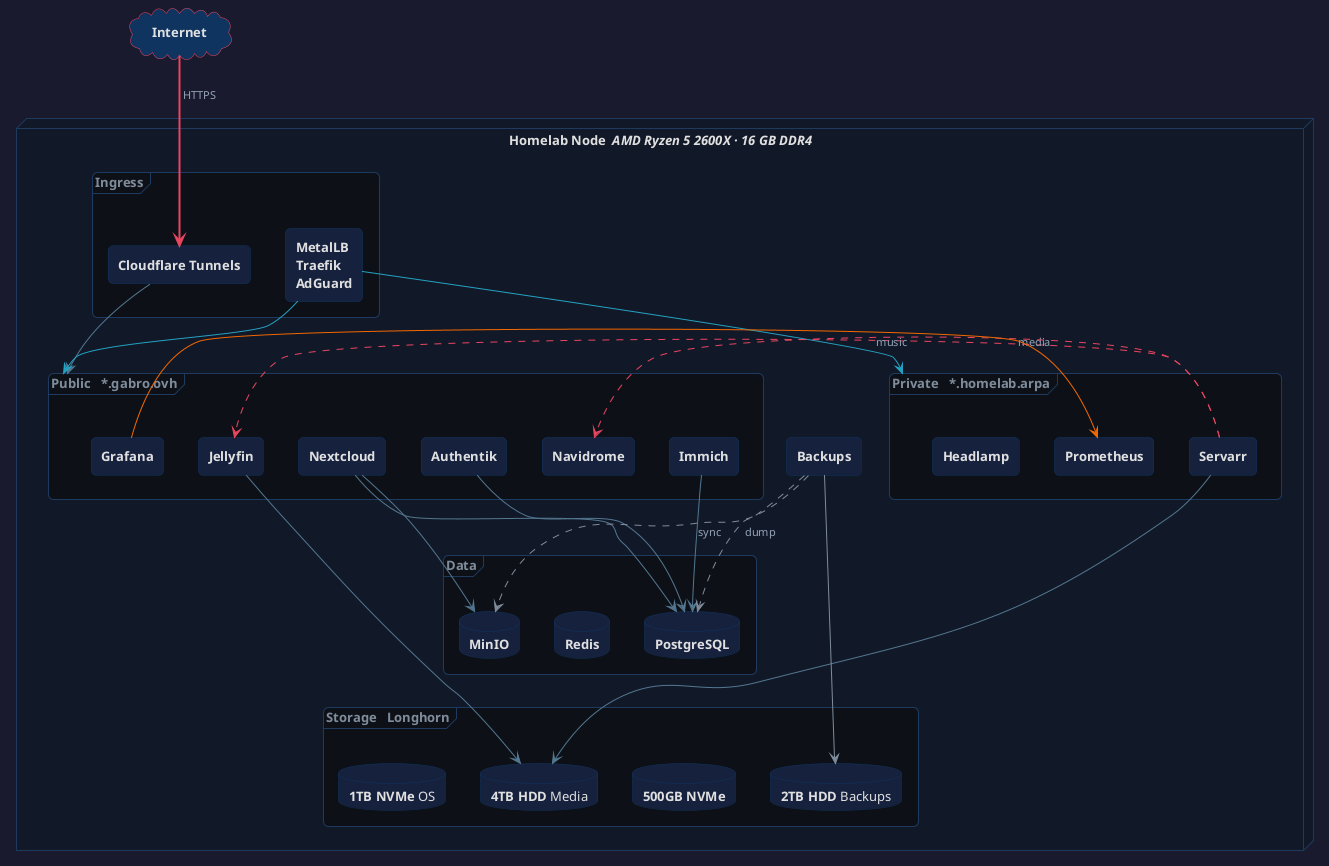
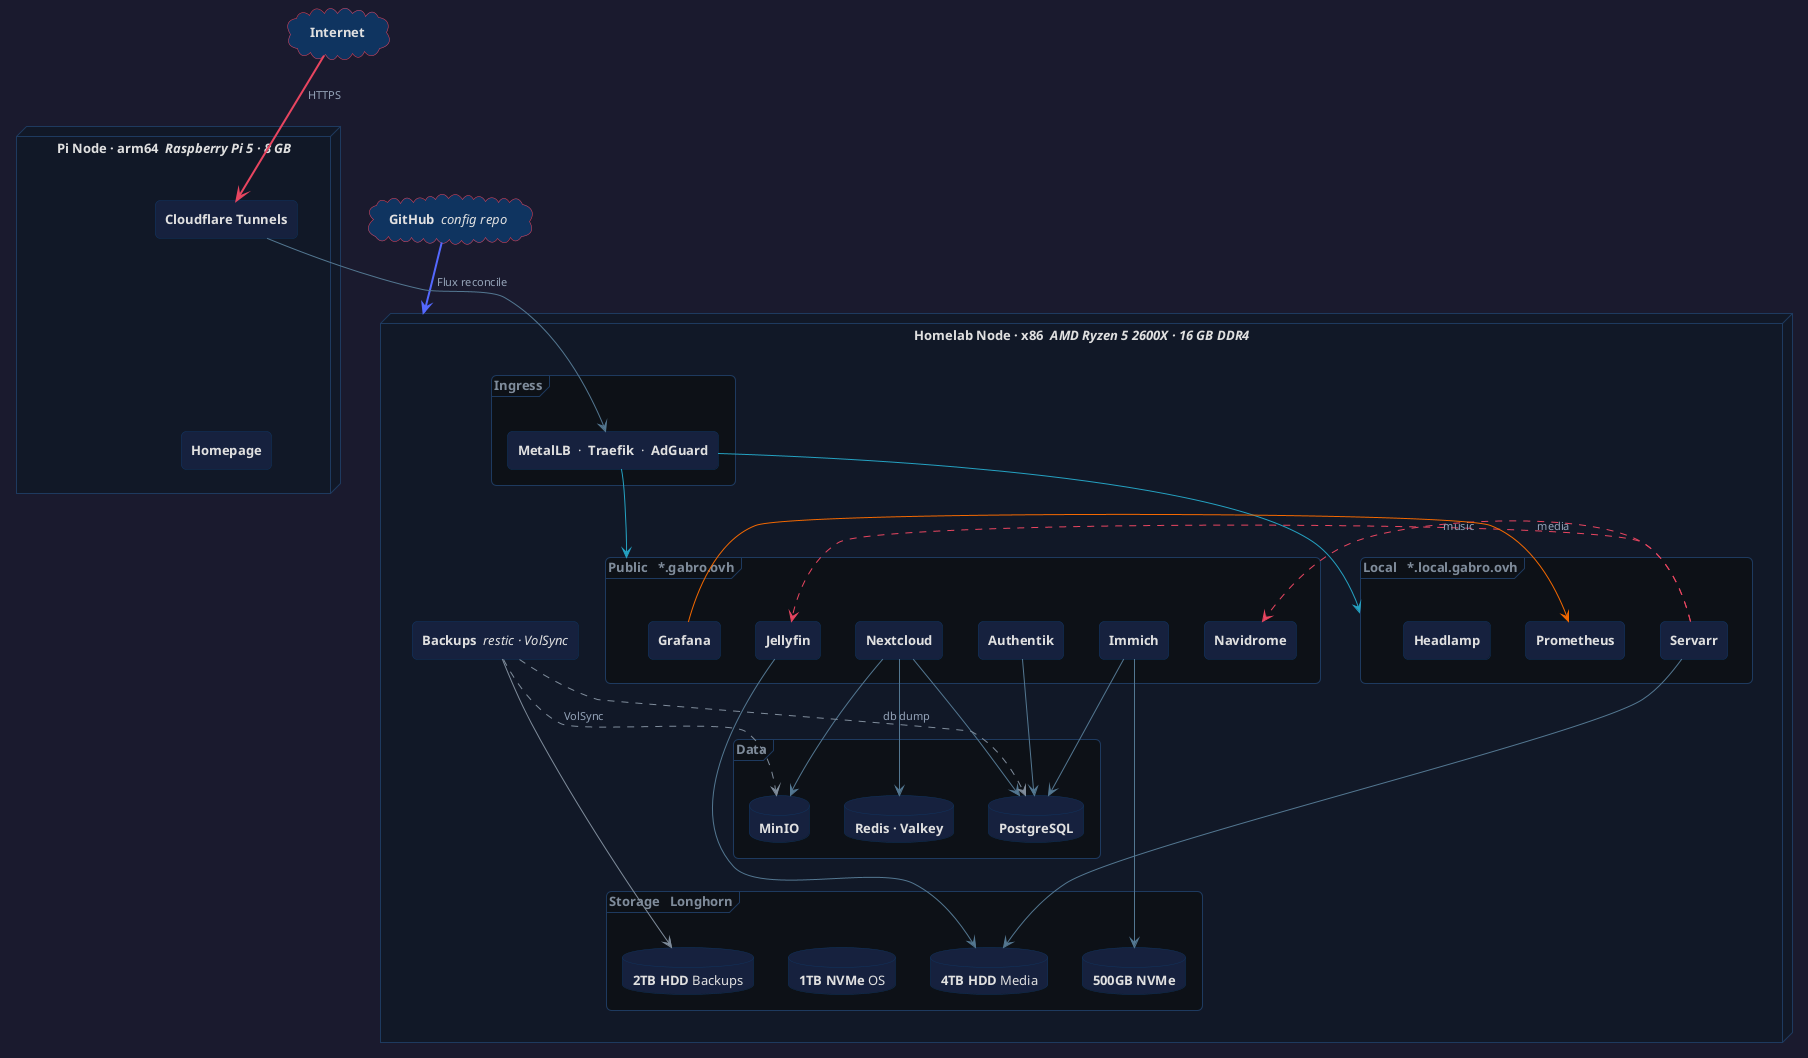
- @startuml cluster-schema
+ @startuml cluster-schema-dark

skinparam backgroundColor #1a1a2e
skinparam defaultFontColor #e0e0e0
skinparam defaultFontName "Segoe UI"
skinparam defaultFontSize 13
skinparam shadowing false
skinparam roundCorner 10

skinparam rectangle {
  backgroundColor #16213e
  borderColor #0f3460
  fontColor #e0e0e0
}
skinparam database {
  backgroundColor #16213e
  borderColor #0f3460
  fontColor #e0e0e0
}
skinparam cloud {
  backgroundColor #0f3460
  borderColor #e94560
  fontColor #e0e0e0
}
skinparam node {
  backgroundColor #111827
  borderColor #1e3a5f
  fontColor #e0e0e0
}
skinparam frame {
  backgroundColor #0d1117
  borderColor #1e3a5f
  fontColor #7f8c9b
}
skinparam arrow {
  color #537791
  fontColor #94a3b8
  fontSize 11
}

cloud "  **Internet**  " as inet
+ cloud "  **GitHub**  //config repo//  " as gh

- node "  **Homelab Node**  //AMD Ryzen 5 2600X · 16 GB DDR4//  " {
+ node "  **Pi Node** · arm64  //Raspberry Pi 5 · 8 GB//  " as pinode {
+   rectangle "**Cloudflare Tunnels**" as cf
+   rectangle "**Homepage**" as hp
+ }
+ 
+ node "  **Homelab Node** · x86  //AMD Ryzen 5 2600X · 16 GB DDR4//  " as x86 {

  frame "Ingress" {
-     rectangle "**Cloudflare Tunnels**" as cf
-     rectangle "**MetalLB** \n**Traefik**\n**AdGuard**" as netstack
+     rectangle "**MetalLB**  ·  **Traefik**  ·  **AdGuard**" as netstack
  }

  frame "Public   *.gabro.ovh" as pubframe {
    rectangle "**Jellyfin**" as jf
    rectangle "**Nextcloud**" as nc
    rectangle "**Immich**" as im
    rectangle "**Navidrome**" as nv
    rectangle "**Authentik**" as auth
    rectangle "**Grafana**" as graf
  }

-   frame "Private   *.homelab.arpa" as privframe {
+   frame "Local   *.local.gabro.ovh" as privframe {
    rectangle "**Servarr**" as sarr
    rectangle "**Prometheus**" as prom
    rectangle "**Headlamp**" as hl
  }

  frame "Data" {
    database "**PostgreSQL**" as pg
-     database "**Redis**" as rd
+     database "**Redis · Valkey**" as rd
    database "**MinIO**" as s3
  }

  frame "Storage   Longhorn" {
    database "**1TB NVMe** OS" as d1
    database "**500GB NVMe**" as d2
    database "**4TB HDD** Media" as d3
    database "**2TB HDD** Backups" as d4
  }

-   rectangle "**Backups**" as bkp
+   rectangle "**Backups**  //restic · VolSync//" as bkp
}

' ─── Ordering ───
- cf -[hidden]down-> jf
+ inet -[hidden]right-> gh
+ cf -[hidden]down-> hp
+ netstack -[hidden]down-> pubframe
nc -[hidden]down-> sarr
sarr -[hidden]down-> pg
pg -[hidden]down-> d1
+ pinode -[hidden]down-> x86

' ─── Connections ───
inet -[#e94560,bold]down-> cf : " HTTPS"
- cf -[#537791]down-> pubframe
+ gh -[#5468FF,bold]down-> x86 : " Flux reconcile"
+ cf -[#537791]down-> netstack
netstack -[#24A1C1]down-> pubframe
netstack -[#24A1C1]down-> privframe

sarr .[#e94560].> jf : " media"
sarr .[#e94560].> nv : " music"
graf -[#F46800]-> prom

nc -[#537791]down-> pg
+ nc -[#537791]down-> rd
nc -[#537791]down-> s3
im -[#537791]down-> pg
+ im -[#537791]down-> d2
auth -[#537791]down-> pg

jf -[#537791]down-> d3
sarr -[#537791]down-> d3
bkp -[#7f8c9b]-> d4
- bkp .[#7f8c9b].> pg : " dump"
- bkp .[#7f8c9b].> s3 : " sync"
+ bkp .[#7f8c9b].> pg : " db dump"
+ bkp .[#7f8c9b].> s3 : " VolSync"

@enduml
